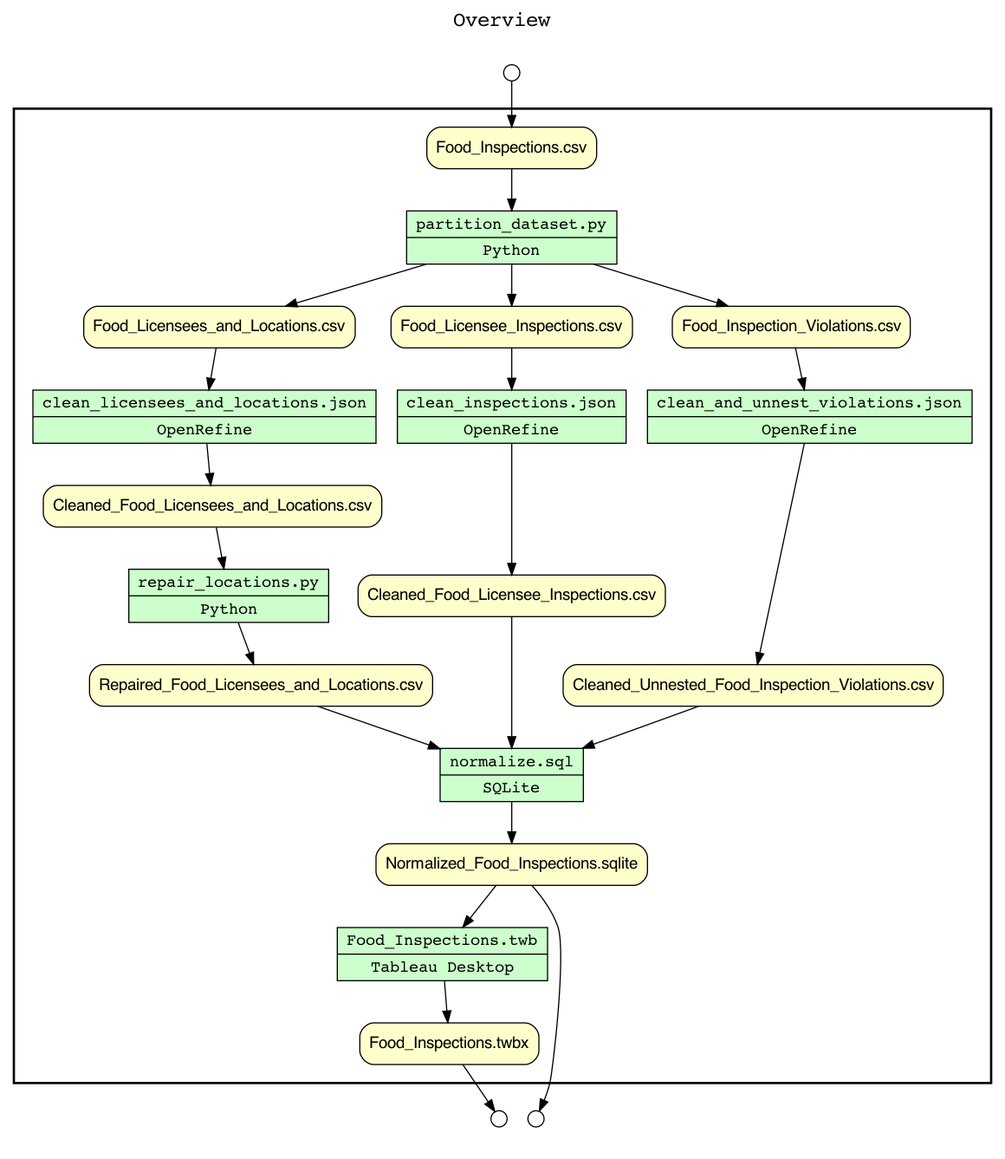
Earlier version of the Graphviz export overview.png (dmcguire81/CS513DataCleaningTeam152). Its source is kept beside it as overview.gv.
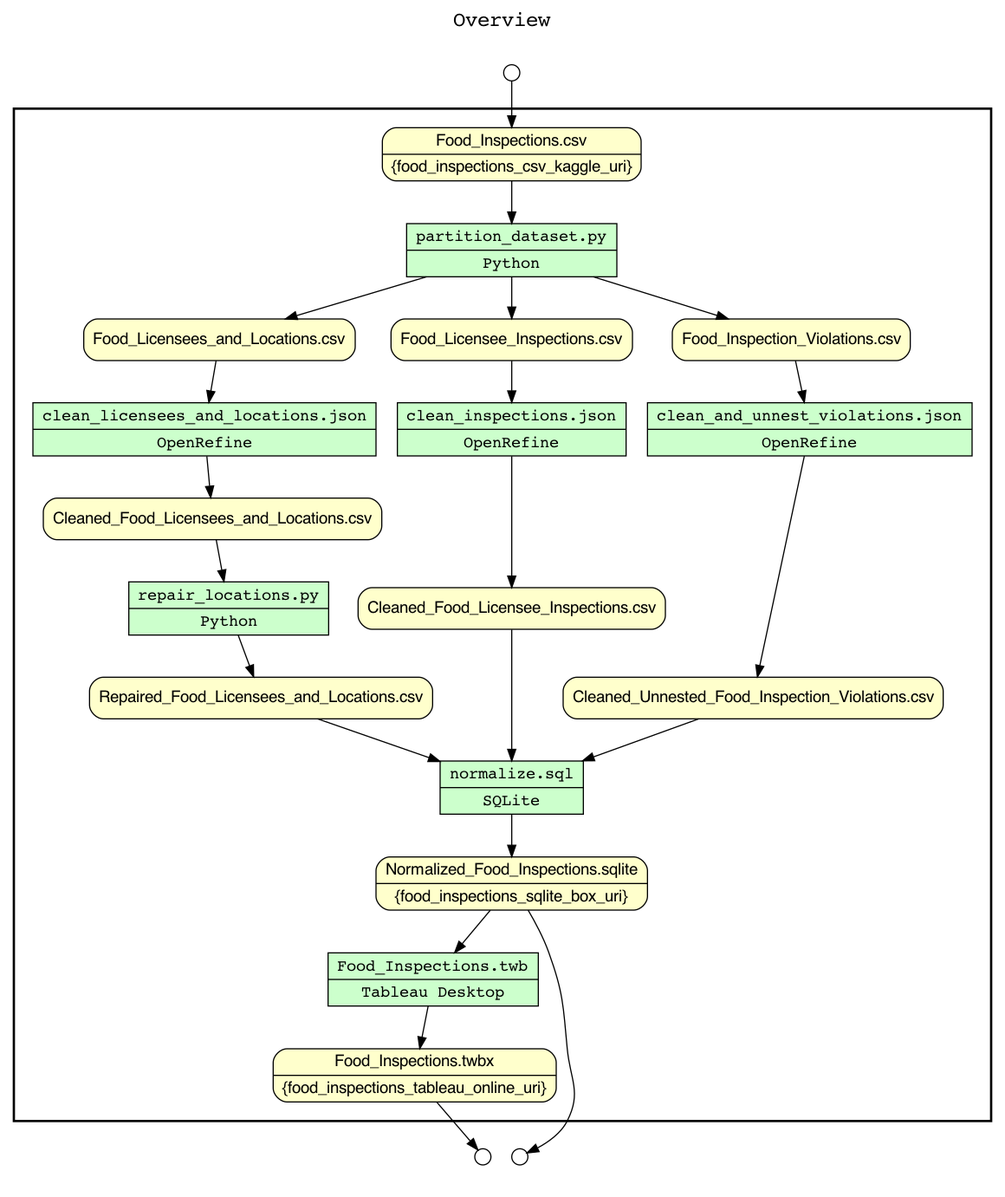
After the commit.

Commit message:
Recover diagram information that was lost in the PROCESS view

The edit, as a diff of the source:
```diff
@@ -13,7 +13,7 @@
 "normalize.sql" [shape=record rankdir=LR label="{<f0> normalize.sql |<f1> SQLite}"];
 "Food_Inspections.twb" [shape=record rankdir=LR label="{<f0> Food_Inspections.twb |<f1> Tableau Desktop}"];
 node[shape=box style="rounded,filled" fillcolor="#FFFFCC" peripheries=1 fontname=Helvetica]
-"Food_Inspections.csv"
+"Food_Inspections.csv" [shape=record rankdir=LR label="{<f0> Food_Inspections.csv |<f1> \{food_inspections_csv_kaggle_uri\}}"];
 "Food_Licensees_and_Locations.csv"
 "Food_Licensee_Inspections.csv"
 "Food_Inspection_Violations.csv"
@@ -21,8 +21,8 @@
 "Repaired_Food_Licensees_and_Locations.csv"
 "Cleaned_Food_Licensee_Inspections.csv"
 "Cleaned_Unnested_Food_Inspection_Violations.csv"
-"Normalized_Food_Inspections.sqlite"
-"Food_Inspections.twbx"
+"Normalized_Food_Inspections.sqlite" [shape=record rankdir=LR label="{<f0> Normalized_Food_Inspections.sqlite |<f1> \{food_inspections_sqlite_box_uri\}}"];
+"Food_Inspections.twbx" [shape=record rankdir=LR label="{<f0> Food_Inspections.twbx |<f1> \{food_inspections_tableau_online_uri\}}"];
 node[shape=box style="rounded,filled" fillcolor="#FCFCFC" peripheries=1 fontname=Helvetica]
 "partition_dataset.py" -> "Food_Licensees_and_Locations.csv"
 "partition_dataset.py" -> "Food_Licensee_Inspections.csv"
```
